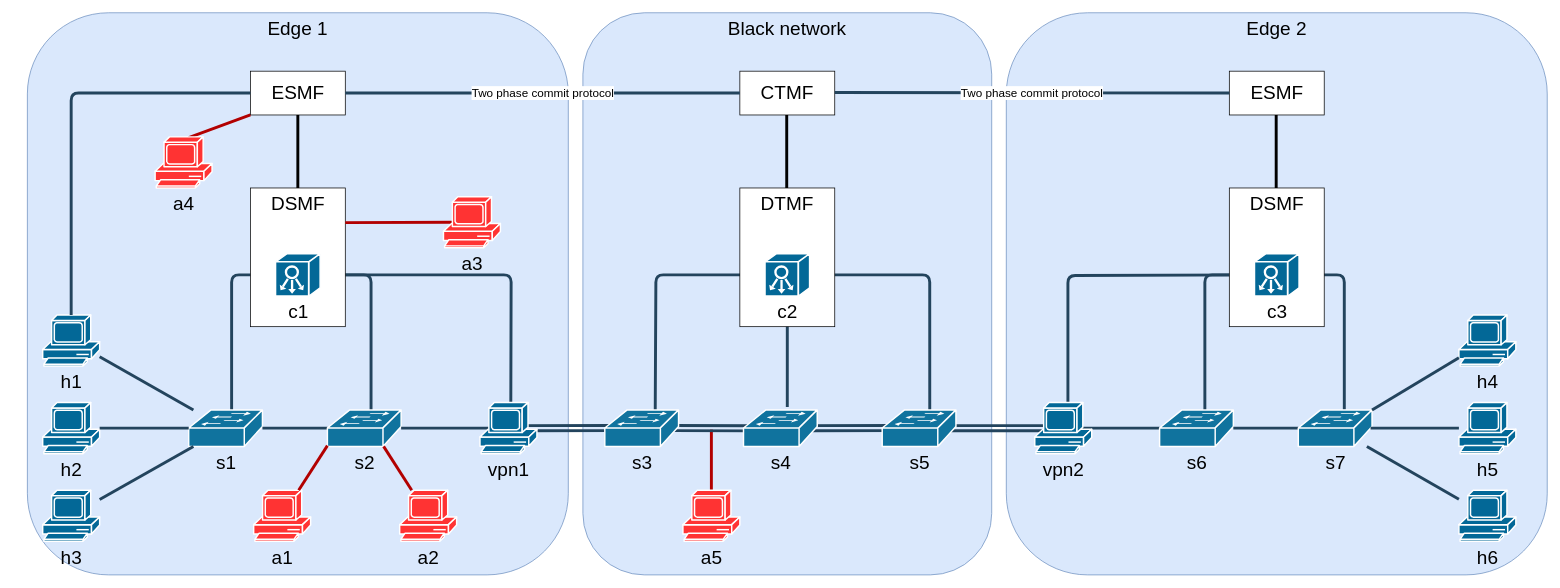
Earlier version of the draw.io diagram diagrams/topology_with_attackers.drawio (FriwiDev/thesis). Source tidied: cells renumbered, new cells numbered last; positions are measured from the earlier drawing's top-left corner, leaving out a move shared by most shapes. Both pictures are drawn from the tidied source at 73%, with x=0, y=0 at pixel (27, 12).
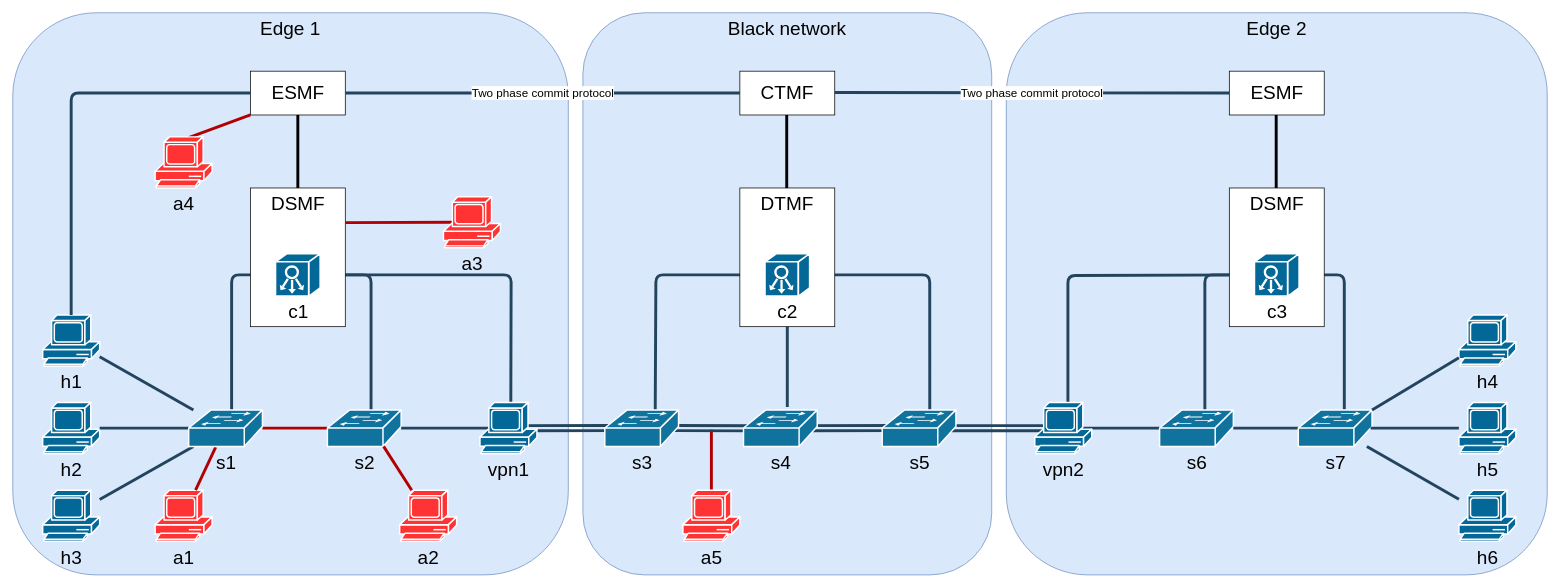
The same diagram, later.

Unchanged cells that the change refers to:
```xml
<mxCell id="22" value="s2" style="shape=mxgraph.cisco.switches.workgroup_switch;html=1;dashed=0;fillColor=#10739E;strokeColor=#ffffff;strokeWidth=2;verticalLabelPosition=bottom;verticalAlign=top;fontFamily=Helvetica;fontSize=26;fontColor=#000000;" parent="1" vertex="1">
  <mxGeometry x="411" y="544" width="101" height="50" as="geometry" />
</mxCell>
```

Change to the diagram source:
```diff
@@
     <mxCell id="14" value="&lt;font style=&quot;font-size: 26px;&quot;&gt;Edge 1&lt;br&gt;&lt;/font&gt;" style="rounded=1;whiteSpace=wrap;html=1;fillColor=#dae8fc;strokeColor=#6c8ebf;verticalAlign=top;" parent="1" vertex="1">
-      <mxGeometry width="741" height="770" as="geometry" />
+      <mxGeometry x="-20" width="761" height="770" as="geometry" />
     </mxCell>
@@
-    <mxCell id="20" value="&lt;font color=&quot;#000000&quot;&gt;s1&lt;/font&gt;" style="shape=mxgraph.cisco.switches.workgroup_switch;html=1;dashed=0;fillColor=#10739E;strokeColor=#ffffff;strokeWidth=2;verticalLabelPosition=bottom;verticalAlign=top;fontFamily=Helvetica;fontSize=26;fontColor=#FFB366;" parent="1" vertex="1">
-      <mxGeometry x="221" y="544" width="101" height="50" as="geometry" />
-    </mxCell>
-    <mxCell id="21" style="edgeStyle=none;rounded=1;html=1;strokeColor=#23445D;endArrow=none;endFill=0;strokeWidth=4;" parent="1" edge="1" target="20">
+    <mxCell id="21" style="edgeStyle=none;rounded=1;html=1;strokeColor=#B20000;endArrow=none;endFill=0;strokeWidth=4;" parent="1" edge="1" target="20">
       <mxGeometry relative="1" as="geometry">
         <mxPoint x="411" y="569" as="sourcePoint" />
       </mxGeometry>
     </mxCell>
@@
     <mxCell id="55" value="a1" style="shape=mxgraph.cisco.computers_and_peripherals.pc;sketch=0;html=1;dashed=0;fillColor=#FF3333;strokeColor=#FFFFFF;strokeWidth=2;verticalLabelPosition=bottom;verticalAlign=top;align=center;outlineConnect=0;fontSize=26;fontColor=#000000;" parent="1" vertex="1">
-      <mxGeometry x="310" y="654" width="78" height="70" as="geometry" />
+      <mxGeometry x="175" y="654" width="78" height="70" as="geometry" />
     </mxCell>
@@
-    <mxCell id="57" style="edgeStyle=none;rounded=1;html=1;strokeColor=#B20000;endArrow=none;endFill=0;strokeWidth=4;entryX=0;entryY=0.98;entryDx=0;entryDy=0;entryPerimeter=0;fillColor=#e51400;" parent="1" edge="1" source="55" target="22">
+    <mxCell id="57" style="edgeStyle=none;rounded=1;html=1;strokeColor=#B20000;endArrow=none;endFill=0;strokeWidth=4;entryX=0.366;entryY=1.02;entryDx=0;entryDy=0;entryPerimeter=0;fillColor=#e51400;" parent="1" edge="1" source="55" target="20">
       <mxGeometry relative="1" as="geometry" />
     </mxCell>
@@
+    <mxCell id="20" value="&lt;font color=&quot;#000000&quot;&gt;s1&lt;/font&gt;" style="shape=mxgraph.cisco.switches.workgroup_switch;html=1;dashed=0;fillColor=#10739E;strokeColor=#ffffff;strokeWidth=2;verticalLabelPosition=bottom;verticalAlign=top;fontFamily=Helvetica;fontSize=26;fontColor=#FFB366;" parent="1" vertex="1">
+      <mxGeometry x="221" y="544" width="101" height="50" as="geometry" />
+    </mxCell>
```
